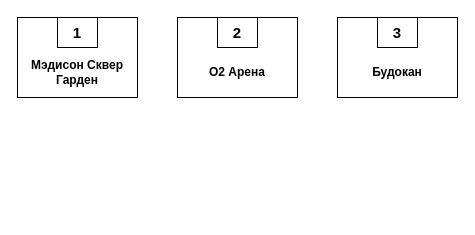
Before: page "ConcertHall" (3 of 8) of dbMusicW.drawio in anngritsuk/Graph-database, a draw.io diagram. Source tidied: cells renumbered, new cells numbered last; positions are measured from the earlier drawing's top-left corner, leaving out a move shared by most shapes. Both pictures are drawn from the tidied source at 100%, with x=0, y=0 at pixel (17, 17).
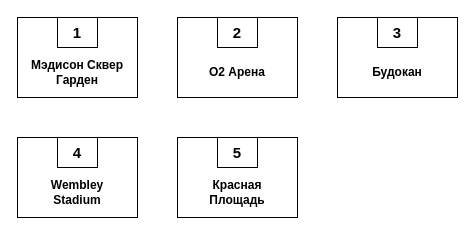
Above is the later version.

Change to the diagram source:
```diff
@@
+    <mxCell id="14" style="group;" parent="1" vertex="1">
+      <mxGeometry y="120" width="120" height="80" as="geometry" />
+    </mxCell>
+    <mxCell id="15" style="rounded=0;whiteSpace=wrap;html=1;fillColor=none;" parent="14" vertex="1">
+      <mxGeometry width="120" height="80" as="geometry" />
+    </mxCell>
+    <mxCell id="16" value="&lt;b&gt;&lt;font style=&quot;font-size: 15px;&quot;&gt;4&lt;/font&gt;&lt;/b&gt;" style="rounded=0;whiteSpace=wrap;html=1;fillColor=none;" parent="14" vertex="1">
+      <mxGeometry x="40" width="40" height="30" as="geometry" />
+    </mxCell>
+    <mxCell id="17" value="&lt;b&gt;Wembley Stadium&lt;/b&gt;" style="text;html=1;strokeColor=none;fillColor=none;align=center;verticalAlign=middle;whiteSpace=wrap;rounded=0;" parent="14" vertex="1">
+      <mxGeometry x="10" y="40" width="100" height="30" as="geometry" />
+    </mxCell>
+    <mxCell id="18" style="group;" parent="1" vertex="1">
+      <mxGeometry x="160" y="120" width="120" height="80" as="geometry" />
+    </mxCell>
+    <mxCell id="19" style="rounded=0;whiteSpace=wrap;html=1;fillColor=none;" parent="18" vertex="1">
+      <mxGeometry width="120" height="80" as="geometry" />
+    </mxCell>
+    <mxCell id="20" value="&lt;b&gt;&lt;font style=&quot;font-size: 15px;&quot;&gt;5&lt;/font&gt;&lt;/b&gt;" style="rounded=0;whiteSpace=wrap;html=1;fillColor=none;" parent="18" vertex="1">
+      <mxGeometry x="40" width="40" height="30" as="geometry" />
+    </mxCell>
+    <mxCell id="21" value="&lt;b&gt;Красная Площадь&lt;/b&gt;" style="text;html=1;strokeColor=none;fillColor=none;align=center;verticalAlign=middle;whiteSpace=wrap;rounded=0;" parent="18" vertex="1">
+      <mxGeometry x="10" y="40" width="100" height="30" as="geometry" />
+    </mxCell>
```
